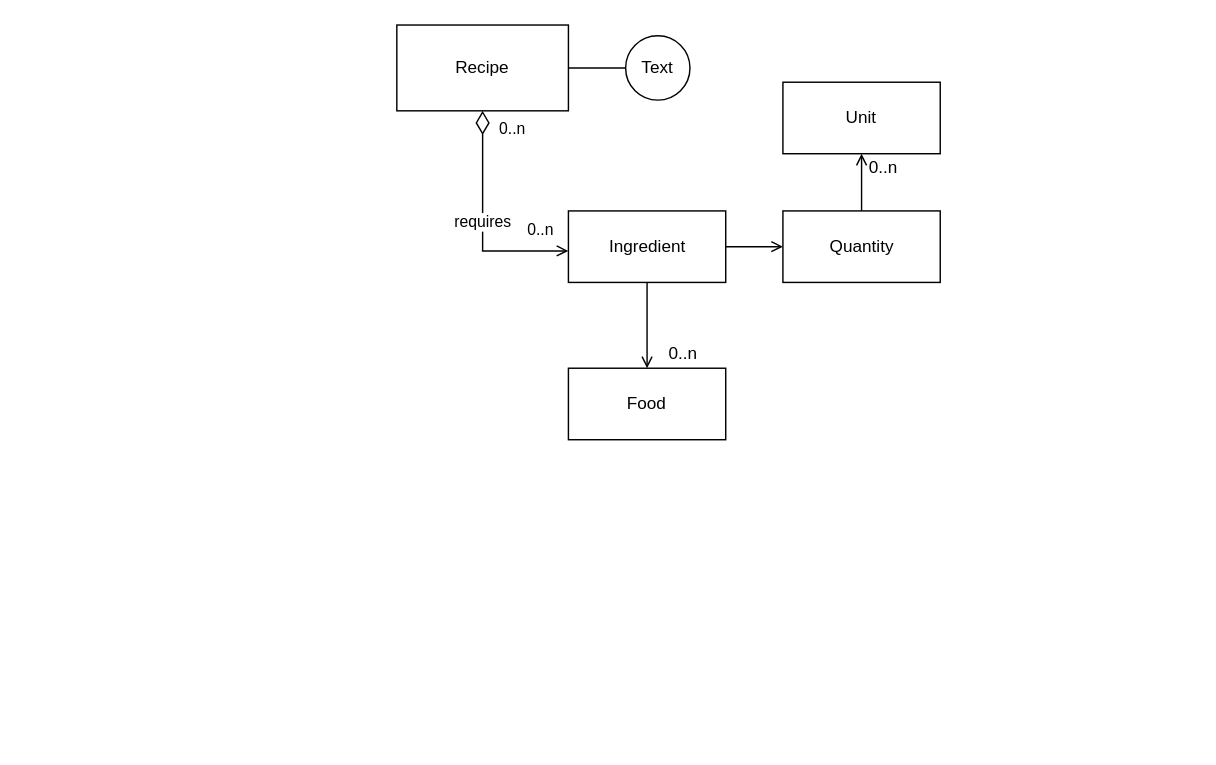
Above: docs/diagrams/entity_concept.drawio in andretrump/quickie (draw.io), before the change. Source tidied: cells renumbered, new cells numbered last; positions are measured from the earlier drawing's top-left corner, leaving out a move shared by most shapes. Both pictures are drawn from the tidied source at 143%, with x=0, y=0 at pixel (396, 24).
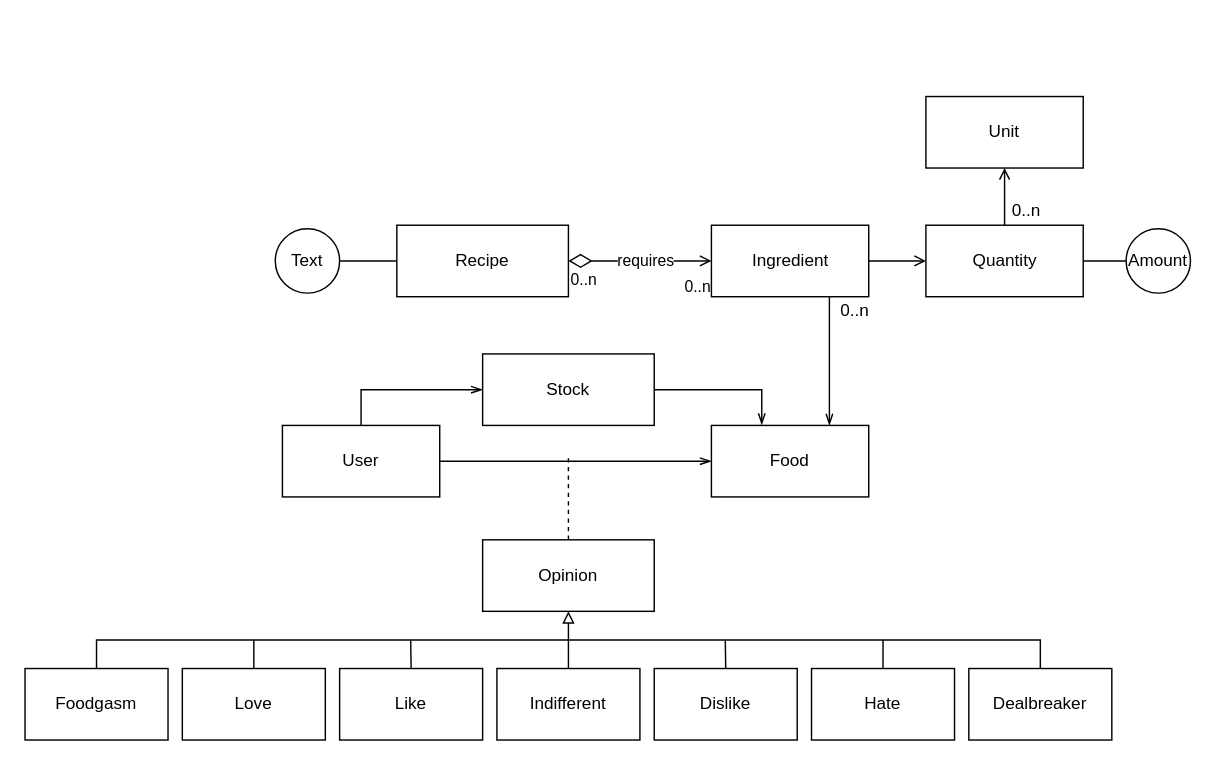
The same page after the edit.

Commit message (it also covers changes not shown here):
Complete entity concept

What changed in the source:
```diff
@@
     <mxCell id="2" value="Recipe" style="rounded=0;whiteSpace=wrap;html=1;" parent="1" vertex="1">
-      <mxGeometry width="120" height="60" as="geometry" />
+      <mxGeometry y="140" width="120" height="50" as="geometry" />
     </mxCell>
     <mxCell id="3" value="Food" style="rounded=0;whiteSpace=wrap;html=1;" parent="1" vertex="1">
-      <mxGeometry x="120" y="240" width="110" height="50" as="geometry" />
+      <mxGeometry x="220" y="280" width="110" height="50" as="geometry" />
     </mxCell>
-    <mxCell id="4" value="requires" style="endArrow=open;html=1;endSize=6;startArrow=diamondThin;startSize=14;startFill=0;edgeStyle=orthogonalEdgeStyle;rounded=0;entryX=-0.001;entryY=0.56;entryDx=0;entryDy=0;exitX=0.5;exitY=1;exitDx=0;exitDy=0;entryPerimeter=0;endFill=0;" parent="1" edge="1" source="2" target="8">
-      <mxGeometry x="-0.01" relative="1" as="geometry" />
+    <mxCell id="4" value="requires" style="endArrow=open;html=1;endSize=6;startArrow=diamondThin;startSize=14;startFill=0;rounded=0;entryX=0;entryY=0.5;entryDx=0;entryDy=0;exitX=1;exitY=0.5;exitDx=0;exitDy=0;endFill=0;" parent="1" edge="1" source="2" target="8">
+      <mxGeometry x="0.08" relative="1" as="geometry" />
     </mxCell>
     <mxCell id="5" value="0..n" style="edgeLabel;html=1;align=left;verticalAlign=top;" parent="4" vertex="1">
-      <mxGeometry x="-1" relative="1" as="geometry">
-        <mxPoint x="10" as="offset" />
-      </mxGeometry>
+      <mxGeometry x="-1" relative="1" as="geometry" />
     </mxCell>
     <mxCell id="6" value="0..n" style="edgeLabel;html=1;align=right;verticalAlign=top;" parent="4" vertex="1">
       <mxGeometry x="1" relative="1" as="geometry">
-        <mxPoint x="-10" y="-28" as="offset" />
+        <mxPoint y="5" as="offset" />
       </mxGeometry>
     </mxCell>
+    <mxCell id="17" style="edgeStyle=orthogonalEdgeStyle;rounded=0;jettySize=auto;html=1;exitX=1;exitY=0.5;exitDx=0;exitDy=0;entryX=0;entryY=0.5;entryDx=0;entryDy=0;endArrow=none;endFill=0;" parent="1" edge="1" source="7" target="18">
+      <mxGeometry relative="1" as="geometry" />
+    </mxCell>
     <mxCell id="7" value="Quantity" style="html=1;" parent="1" vertex="1">
-      <mxGeometry x="270" y="130" width="110" height="50" as="geometry" />
+      <mxGeometry x="370" y="140" width="110" height="50" as="geometry" />
     </mxCell>
+    <mxCell id="9" style="edgeStyle=none;rounded=0;jettySize=auto;html=1;exitX=0.75;exitY=1;exitDx=0;exitDy=0;entryX=0.75;entryY=0;entryDx=0;entryDy=0;startArrow=none;startFill=0;endArrow=openThin;endFill=0;" parent="1" edge="1" source="8" target="3">
+      <mxGeometry relative="1" as="geometry" />
+    </mxCell>
     <mxCell id="8" value="Ingredient" style="html=1;" parent="1" vertex="1">
-      <mxGeometry x="120" y="130" width="110" height="50" as="geometry" />
+      <mxGeometry x="220" y="140" width="110" height="50" as="geometry" />
     </mxCell>
-    <mxCell id="9" value="&lt;div&gt;&lt;br&gt;&lt;/div&gt;" style="endArrow=open;endFill=0;html=1;edgeStyle=orthogonalEdgeStyle;align=left;verticalAlign=top;rounded=0;exitX=0.5;exitY=1;exitDx=0;exitDy=0;entryX=0.5;entryY=0;entryDx=0;entryDy=0;" parent="1" edge="1" source="8" target="3">
-      <mxGeometry x="-0.67" y="15" relative="1" as="geometry" />
-    </mxCell>
     <mxCell id="10" value="0..n" style="text;html=1;align=center;verticalAlign=middle;strokeColor=none;fillColor=none;" parent="1" vertex="1">
-      <mxGeometry x="180" y="220" width="40" height="20" as="geometry" />
+      <mxGeometry x="300" y="190" width="40" height="20" as="geometry" />
     </mxCell>
     <mxCell id="11" style="endArrow=open;endFill=0;html=1;edgeStyle=orthogonalEdgeStyle;align=left;verticalAlign=top;rounded=0;exitX=1;exitY=0.5;exitDx=0;exitDy=0;" parent="1" edge="1" source="8">
       <mxGeometry x="-1" relative="1" as="geometry">
-        <mxPoint x="270" y="155" as="targetPoint" />
+        <mxPoint x="370" y="165" as="targetPoint" />
       </mxGeometry>
     </mxCell>
     <mxCell id="12" value="Unit" style="rounded=0;whiteSpace=wrap;html=1;" parent="1" vertex="1">
-      <mxGeometry x="270" y="40" width="110" height="50" as="geometry" />
+      <mxGeometry x="370" y="50" width="110" height="50" as="geometry" />
     </mxCell>
     <mxCell id="13" style="endArrow=open;html=1;rounded=0;exitX=0.5;exitY=0;exitDx=0;exitDy=0;endFill=0;" parent="1" edge="1" source="7">
       <mxGeometry relative="1" as="geometry">
-        <mxPoint x="325" y="90" as="targetPoint" />
+        <mxPoint x="425" y="100" as="targetPoint" />
       </mxGeometry>
     </mxCell>
     <mxCell id="14" value="0..n" style="text;html=1;align=center;verticalAlign=middle;strokeColor=none;fillColor=none;" parent="1" vertex="1">
-      <mxGeometry x="320" y="90" width="40" height="20" as="geometry" />
+      <mxGeometry x="420" y="120" width="40" height="20" as="geometry" />
     </mxCell>
     <mxCell id="15" value="Text" style="ellipse;whiteSpace=wrap;html=1;" parent="1" vertex="1">
-      <mxGeometry x="160" y="7.5" width="45" height="45" as="geometry" />
+      <mxGeometry x="-85" y="142.5" width="45" height="45" as="geometry" />
     </mxCell>
-    <mxCell id="16" style="endArrow=none;html=1;rounded=0;endSize=6;entryX=0;entryY=0.5;entryDx=0;entryDy=0;exitX=1;exitY=0.5;exitDx=0;exitDy=0;" parent="1" edge="1" source="2" target="15">
+    <mxCell id="16" style="endArrow=none;html=1;rounded=0;endSize=6;exitX=0;exitY=0.5;exitDx=0;exitDy=0;entryX=1;entryY=0.5;entryDx=0;entryDy=0;" parent="1" edge="1" source="2" target="15">
       <mxGeometry relative="1" as="geometry" />
     </mxCell>
+    <mxCell id="18" value="Amount" style="ellipse;whiteSpace=wrap;html=1;" parent="1" vertex="1">
+      <mxGeometry x="510" y="142.5" width="45" height="45" as="geometry" />
+    </mxCell>
+    <mxCell id="19" style="edgeStyle=orthogonalEdgeStyle;rounded=0;jettySize=auto;html=1;exitX=0.5;exitY=0;exitDx=0;exitDy=0;endArrow=openThin;endFill=0;" parent="1" edge="1" source="21" target="23">
+      <mxGeometry relative="1" as="geometry" />
+    </mxCell>
+    <mxCell id="20" style="edgeStyle=orthogonalEdgeStyle;rounded=0;jettySize=auto;html=1;exitX=1;exitY=0.5;exitDx=0;exitDy=0;entryX=0;entryY=0.5;entryDx=0;entryDy=0;endArrow=openThin;endFill=0;" parent="1" edge="1" source="21" target="3">
+      <mxGeometry relative="1" as="geometry" />
+    </mxCell>
+    <mxCell id="21" value="User" style="rounded=0;whiteSpace=wrap;html=1;" parent="1" vertex="1">
+      <mxGeometry x="-80" y="280" width="110" height="50" as="geometry" />
+    </mxCell>
+    <mxCell id="22" style="edgeStyle=orthogonalEdgeStyle;rounded=0;jettySize=auto;html=1;exitX=1;exitY=0.5;exitDx=0;exitDy=0;entryX=0.32;entryY=-0.009;entryDx=0;entryDy=0;entryPerimeter=0;startArrow=none;startFill=0;endArrow=openThin;endFill=0;" parent="1" edge="1" source="23" target="3">
+      <mxGeometry relative="1" as="geometry" />
+    </mxCell>
+    <mxCell id="23" value="Stock" style="rounded=0;whiteSpace=wrap;html=1;" parent="1" vertex="1">
+      <mxGeometry x="60" y="230" width="120" height="50" as="geometry" />
+    </mxCell>
+    <mxCell id="24" style="edgeStyle=orthogonalEdgeStyle;rounded=0;jettySize=auto;html=1;exitX=0.5;exitY=0;exitDx=0;exitDy=0;endArrow=none;endFill=0;dashed=1;" parent="1" edge="1" source="25">
+      <mxGeometry relative="1" as="geometry">
+        <mxPoint x="120" y="300" as="targetPoint" />
+      </mxGeometry>
+    </mxCell>
+    <mxCell id="25" value="Opinion" style="rounded=0;whiteSpace=wrap;html=1;" parent="1" vertex="1">
+      <mxGeometry x="60" y="360" width="120" height="50" as="geometry" />
+    </mxCell>
+    <mxCell id="26" style="edgeStyle=orthogonalEdgeStyle;rounded=0;jettySize=auto;html=1;exitX=0.5;exitY=0;exitDx=0;exitDy=0;endArrow=none;endFill=0;" parent="1" edge="1" source="27">
+      <mxGeometry relative="1" as="geometry">
+        <mxPoint x="-100" y="430" as="targetPoint" />
+      </mxGeometry>
+    </mxCell>
+    <mxCell id="27" value="Love" style="rounded=0;whiteSpace=wrap;html=1;" parent="1" vertex="1">
+      <mxGeometry x="-150" y="450" width="100" height="50" as="geometry" />
+    </mxCell>
+    <mxCell id="28" style="edgeStyle=orthogonalEdgeStyle;rounded=0;jettySize=auto;html=1;exitX=0.5;exitY=0;exitDx=0;exitDy=0;endArrow=none;endFill=0;" parent="1" edge="1" source="29">
+      <mxGeometry relative="1" as="geometry">
+        <mxPoint x="9.7" y="430" as="targetPoint" />
+      </mxGeometry>
+    </mxCell>
+    <mxCell id="29" value="Like" style="rounded=0;whiteSpace=wrap;html=1;" parent="1" vertex="1">
+      <mxGeometry x="-40" y="450" width="100" height="50" as="geometry" />
+    </mxCell>
+    <mxCell id="30" value="Dealbreaker" style="rounded=0;whiteSpace=wrap;html=1;" parent="1" vertex="1">
+      <mxGeometry x="400" y="450" width="100" height="50" as="geometry" />
+    </mxCell>
+    <mxCell id="31" style="edgeStyle=orthogonalEdgeStyle;rounded=0;jettySize=auto;html=1;exitX=0.5;exitY=0;exitDx=0;exitDy=0;endArrow=none;endFill=0;" parent="1" edge="1" source="33">
+      <mxGeometry relative="1" as="geometry">
+        <mxPoint x="120" y="430" as="targetPoint" />
+      </mxGeometry>
+    </mxCell>
+    <mxCell id="32" style="edgeStyle=none;rounded=0;jettySize=auto;html=1;entryX=0.5;entryY=1;entryDx=0;entryDy=0;startArrow=none;startFill=0;endArrow=block;endFill=0;" parent="1" edge="1" target="25">
+      <mxGeometry relative="1" as="geometry">
+        <mxPoint x="120" y="430" as="sourcePoint" />
+      </mxGeometry>
+    </mxCell>
+    <mxCell id="33" value="Indifferent" style="rounded=0;whiteSpace=wrap;html=1;" parent="1" vertex="1">
+      <mxGeometry x="70" y="450" width="100" height="50" as="geometry" />
+    </mxCell>
+    <mxCell id="34" style="edgeStyle=orthogonalEdgeStyle;rounded=0;jettySize=auto;html=1;exitX=0.5;exitY=0;exitDx=0;exitDy=0;endArrow=none;endFill=0;" parent="1" edge="1" source="35">
+      <mxGeometry relative="1" as="geometry">
+        <mxPoint x="229.7" y="430" as="targetPoint" />
+      </mxGeometry>
+    </mxCell>
+    <mxCell id="35" value="Dislike" style="rounded=0;whiteSpace=wrap;html=1;" parent="1" vertex="1">
+      <mxGeometry x="180" y="450" width="100" height="50" as="geometry" />
+    </mxCell>
+    <mxCell id="36" style="edgeStyle=orthogonalEdgeStyle;rounded=0;jettySize=auto;html=1;exitX=0.5;exitY=0;exitDx=0;exitDy=0;endArrow=none;endFill=0;" parent="1" edge="1" source="37">
+      <mxGeometry relative="1" as="geometry">
+        <mxPoint x="340" y="430" as="targetPoint" />
+      </mxGeometry>
+    </mxCell>
+    <mxCell id="37" value="Hate" style="rounded=0;whiteSpace=wrap;html=1;" parent="1" vertex="1">
+      <mxGeometry x="290" y="450" width="100" height="50" as="geometry" />
+    </mxCell>
+    <mxCell id="38" style="edgeStyle=orthogonalEdgeStyle;rounded=0;jettySize=auto;html=1;exitX=0.5;exitY=0;exitDx=0;exitDy=0;endArrow=none;endFill=0;" parent="1" edge="1" source="39" target="30">
+      <mxGeometry relative="1" as="geometry">
+        <Array as="points">
+          <mxPoint x="-210" y="430" />
+          <mxPoint x="450" y="430" />
+        </Array>
+      </mxGeometry>
+    </mxCell>
+    <mxCell id="39" value="Foodgasm" style="rounded=0;whiteSpace=wrap;html=1;" parent="1" vertex="1">
+      <mxGeometry x="-260" y="450" width="100" height="50" as="geometry" />
+    </mxCell>
```
